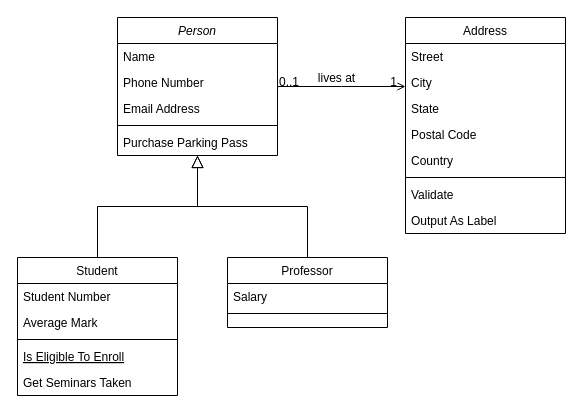
Earlier version of the draw.io diagram drawio/jungblut.ml/Untitled Diagram.drawio (zxsimple/bookmark). Source tidied: cells renumbered, new cells numbered last; positions are measured from the earlier drawing's top-left corner, leaving out a move shared by most shapes. Both pictures are drawn from the tidied source at 100%, with x=0, y=0 at pixel (17, 17).
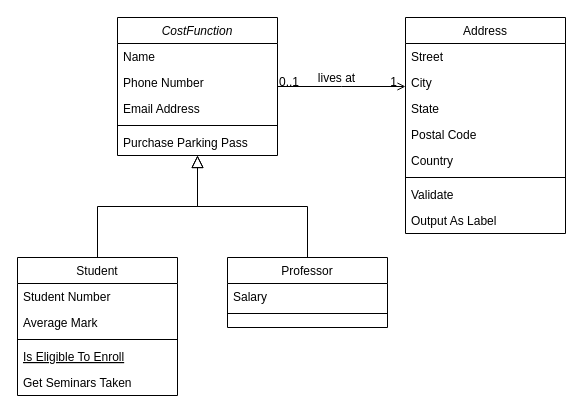
Above is the later version.

The edit, as a diff of the source:
```diff
@@
-    <mxCell id="2" value="Person" style="swimlane;fontStyle=2;align=center;verticalAlign=top;horizontal=1;startSize=26;rounded=0;shadow=0;strokeWidth=1;" parent="1" vertex="1">
+    <mxCell id="2" value="CostFunction" style="swimlane;fontStyle=2;align=center;verticalAlign=top;horizontal=1;startSize=26;rounded=0;shadow=0;strokeWidth=1;" parent="1" vertex="1">
       <mxGeometry x="100" width="160" height="138" as="geometry" />
     </mxCell>
```
